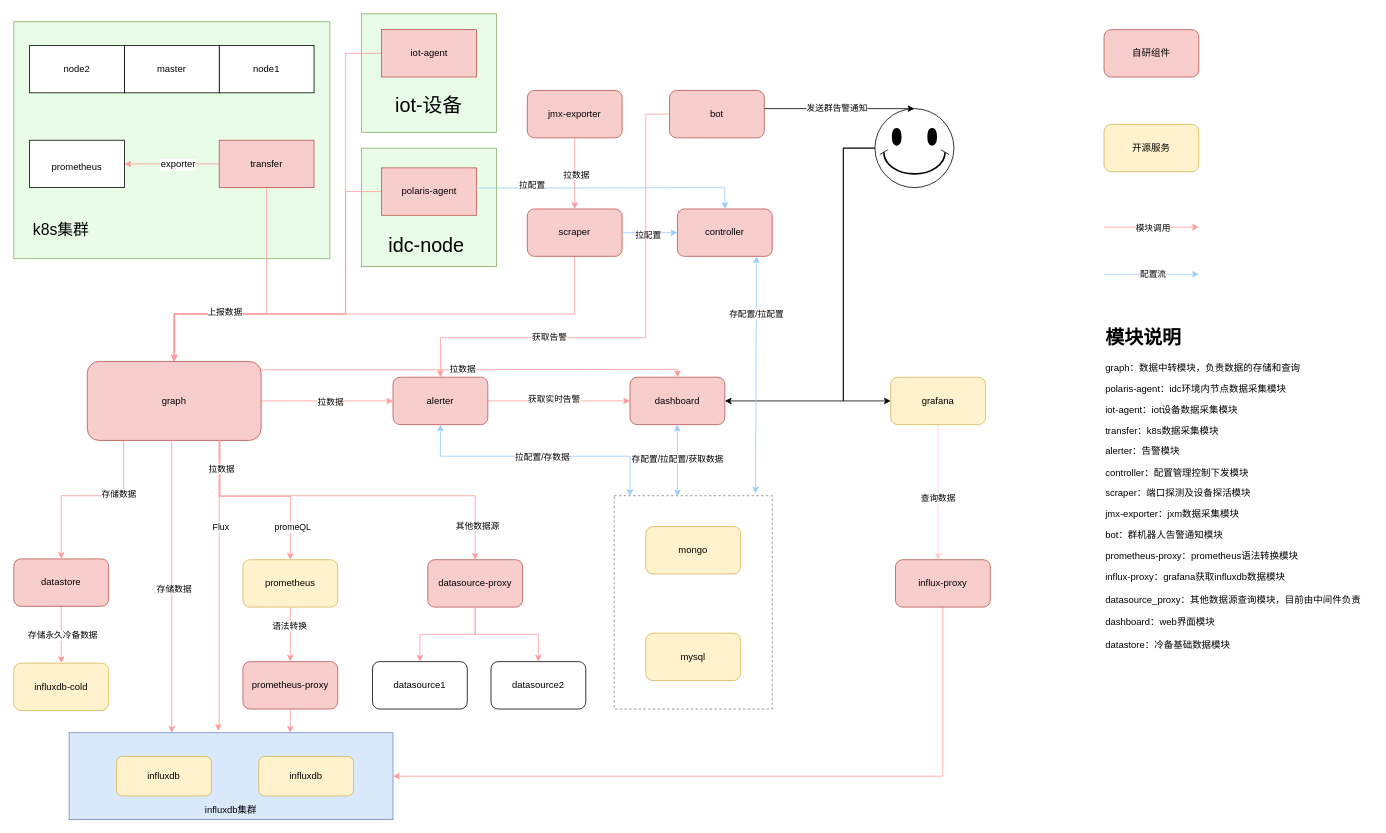
The draw.io diagram polaris框架.drawio in wupei-w/diagrams, before the edit. Source tidied: cells renumbered, new cells numbered last; positions are measured from the earlier drawing's top-left corner, leaving out a move shared by most shapes. Both pictures are drawn from the tidied source at 79%, with x=0, y=0 at pixel (13, 13).
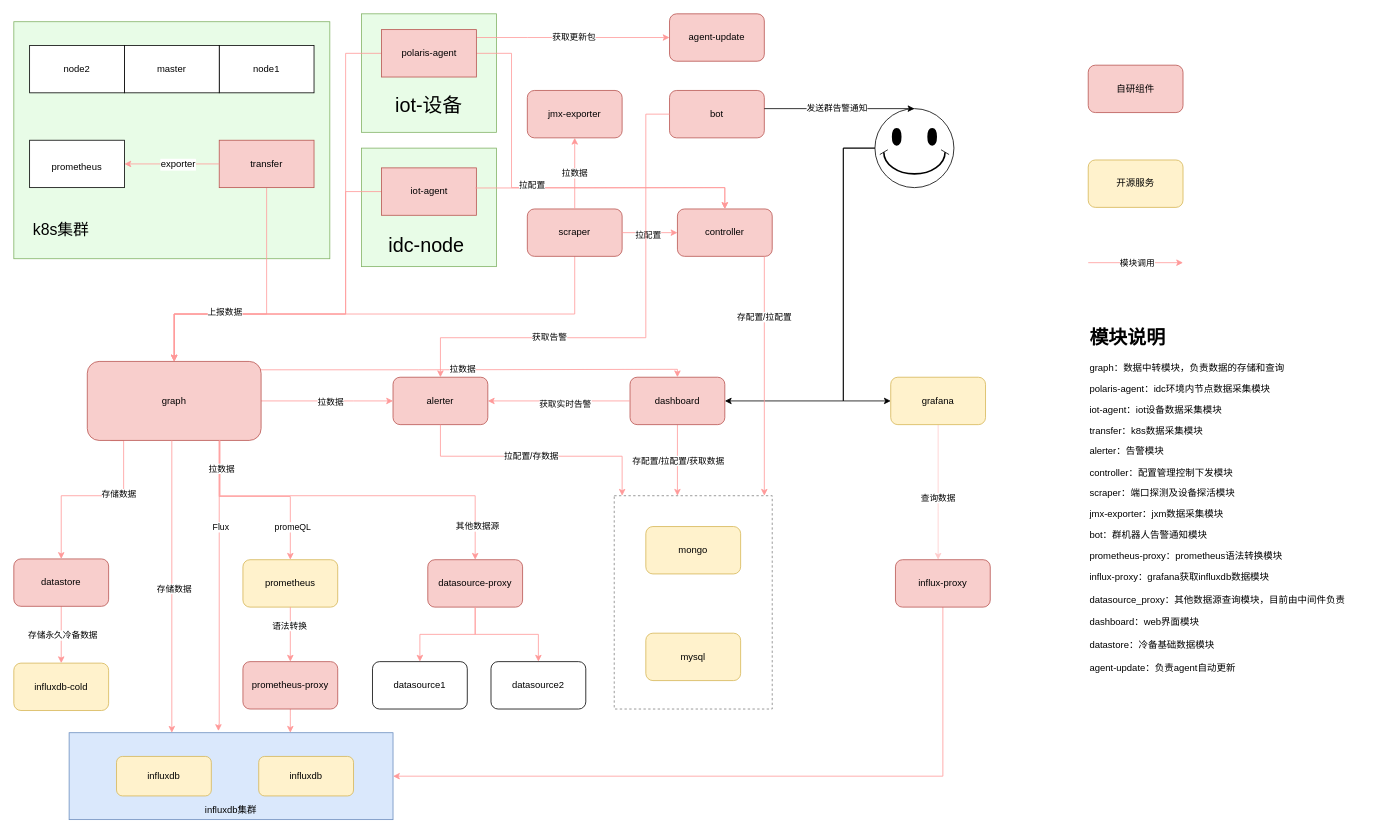
The same page after the edit.

Unchanged cells that the change refers to:
```xml
<mxCell id="3" style="html=1;dashed=1;whiteSpace=wrap;opacity=50;" parent="1" vertex="1">
  <mxGeometry x="760" y="610" width="200" height="270" as="geometry" />
</mxCell>
<mxCell id="11" value="dashboard" style="rounded=1;whiteSpace=wrap;html=1;fillColor=#f8cecc;strokeColor=#b85450;" parent="1" vertex="1">
  <mxGeometry x="780" y="460" width="120" height="60" as="geometry" />
</mxCell>
<mxCell id="41" value="grafana" style="rounded=1;whiteSpace=wrap;html=1;fillColor=#fff2cc;strokeColor=#d6b656;" parent="1" vertex="1">
  <mxGeometry x="1110" y="460" width="120" height="60" as="geometry" />
</mxCell>
<mxCell id="43" value="scraper" style="rounded=1;whiteSpace=wrap;html=1;fillColor=#f8cecc;strokeColor=#b85450;" parent="1" vertex="1">
  <mxGeometry x="650" y="247" width="120" height="60" as="geometry" />
</mxCell>
<mxCell id="46" value="jmx-exporter" style="rounded=1;whiteSpace=wrap;html=1;fillColor=#f8cecc;strokeColor=#b85450;" parent="1" vertex="1">
  <mxGeometry x="650" y="97" width="120" height="60" as="geometry" />
</mxCell>
<mxCell id="62" style="verticalLabelPosition=bottom;verticalAlign=top;html=1;shape=mxgraph.basic.smiley;" parent="1" vertex="1">
  <mxGeometry x="1090" y="120" width="100" height="100" as="geometry" />
</mxCell>
<mxCell id="69" value="controller" style="rounded=1;whiteSpace=wrap;html=1;fillColor=#f8cecc;strokeColor=#b85450;" parent="1" vertex="1">
  <mxGeometry x="840" y="247" width="120" height="60" as="geometry" />
</mxCell>
<mxCell id="88" value="alerter" style="rounded=1;whiteSpace=wrap;html=1;fillColor=#f8cecc;strokeColor=#b85450;" parent="1" vertex="1">
  <mxGeometry x="480" y="460" width="120" height="60" as="geometry" />
</mxCell>
```

What changed in the source:
```diff
@@
+    <mxCell id="98" style="edgeStyle=orthogonalEdgeStyle;rounded=0;jettySize=auto;html=1;strokeColor=#FF9999;" parent="1" edge="1" source="11" target="3">
+      <mxGeometry relative="1" as="geometry">
+        <Array as="points">
+          <mxPoint x="840" y="590" />
+          <mxPoint x="840" y="590" />
+        </Array>
+      </mxGeometry>
+    </mxCell>
+    <mxCell id="92" value="存配置/拉配置/获取数据" style="edgeLabel;html=1;align=center;verticalAlign=middle;" parent="98" vertex="1">
+      <mxGeometry x="-0.01" relative="1" as="geometry" />
+    </mxCell>
@@
-    <mxCell id="14" style="edgeStyle=orthogonalEdgeStyle;rounded=0;jettySize=auto;html=1;entryX=0;entryY=0.5;entryDx=0;entryDy=0;strokeColor=#FF9999;" parent="1" edge="1" source="88" target="11">
+    <mxCell id="14" style="edgeStyle=orthogonalEdgeStyle;rounded=0;jettySize=auto;html=1;strokeColor=#FF9999;exitX=0;exitY=0.5;exitDx=0;exitDy=0;" parent="1" edge="1" source="11" target="88">
       <mxGeometry relative="1" as="geometry" />
     </mxCell>
@@
-    <mxCell id="44" style="edgeStyle=orthogonalEdgeStyle;rounded=0;jettySize=auto;html=1;strokeColor=#FF9999;" parent="1" edge="1" source="46" target="43">
+    <mxCell id="44" style="edgeStyle=orthogonalEdgeStyle;rounded=0;jettySize=auto;html=1;strokeColor=#FF9999;" parent="1" edge="1" source="43" target="46">
       <mxGeometry relative="1" as="geometry" />
     </mxCell>
@@
-    <mxCell id="61" value="polaris-agent" style="rounded=0;whiteSpace=wrap;html=1;fillColor=#f8cecc;strokeColor=#b85450;" parent="1" vertex="1">
+    <mxCell id="61" value="iot-agent" style="rounded=0;whiteSpace=wrap;html=1;fillColor=#f8cecc;strokeColor=#b85450;" parent="1" vertex="1">
       <mxGeometry x="465.5" y="195" width="120" height="60" as="geometry" />
     </mxCell>
@@
+    <mxCell id="99" style="edgeStyle=orthogonalEdgeStyle;rounded=0;jettySize=auto;html=1;exitX=1;exitY=0.5;exitDx=0;exitDy=0;entryX=0.5;entryY=0;entryDx=0;entryDy=0;strokeColor=#FF9999;" parent="1" edge="1" source="66" target="69">
+      <mxGeometry relative="1" as="geometry">
+        <Array as="points">
+          <mxPoint x="630" y="50" />
+          <mxPoint x="630" y="220" />
+          <mxPoint x="900" y="220" />
+        </Array>
+      </mxGeometry>
+    </mxCell>
+    <mxCell id="100" style="edgeStyle=orthogonalEdgeStyle;rounded=0;jettySize=auto;html=1;entryX=0;entryY=0.5;entryDx=0;entryDy=0;strokeColor=#FF9999;" parent="1" edge="1" source="66" target="102">
+      <mxGeometry relative="1" as="geometry">
+        <Array as="points">
+          <mxPoint x="650" y="30" />
+          <mxPoint x="650" y="30" />
+        </Array>
+      </mxGeometry>
+    </mxCell>
+    <mxCell id="101" value="获取更新包" style="edgeLabel;html=1;align=center;verticalAlign=middle;" parent="100" vertex="1">
+      <mxGeometry x="0.01" y="1" relative="1" as="geometry" />
+    </mxCell>
-    <mxCell id="66" value="iot-agent" style="rounded=0;whiteSpace=wrap;html=1;fillColor=#f8cecc;strokeColor=#b85450;" parent="1" vertex="1">
+    <mxCell id="66" value="polaris-agent" style="rounded=0;whiteSpace=wrap;html=1;fillColor=#f8cecc;strokeColor=#b85450;" parent="1" vertex="1">
       <mxGeometry x="465.5" y="20" width="120" height="60" as="geometry" />
     </mxCell>
-    <mxCell id="67" style="edgeStyle=orthogonalEdgeStyle;rounded=0;jettySize=auto;html=1;strokeColor=#99CCFF;" parent="1" edge="1" source="43" target="69">
+    <mxCell id="67" style="edgeStyle=orthogonalEdgeStyle;rounded=0;jettySize=auto;html=1;strokeColor=#FF9999;" parent="1" edge="1" source="43" target="69">
       <mxGeometry relative="1" as="geometry" />
     </mxCell>
@@
     <mxCell id="70" value="自研组件" style="rounded=1;whiteSpace=wrap;html=1;fillColor=#f8cecc;strokeColor=#b85450;" parent="1" vertex="1">
-      <mxGeometry x="1380" y="20" width="120" height="60" as="geometry" />
+      <mxGeometry x="1360" y="65" width="120" height="60" as="geometry" />
     </mxCell>
     <mxCell id="71" value="开源服务" style="rounded=1;whiteSpace=wrap;html=1;fillColor=#fff2cc;strokeColor=#d6b656;" parent="1" vertex="1">
-      <mxGeometry x="1380" y="140" width="120" height="60" as="geometry" />
+      <mxGeometry x="1360" y="185" width="120" height="60" as="geometry" />
     </mxCell>
     <mxCell id="72" style="endArrow=classic;html=1;rounded=0;strokeColor=#FF9999;" parent="1" edge="1">
       <mxGeometry relative="1" as="geometry">
-        <mxPoint x="1380" y="270" as="sourcePoint" />
-        <mxPoint x="1500" y="270" as="targetPoint" />
+        <mxPoint x="1360" y="315" as="sourcePoint" />
+        <mxPoint x="1480" y="315" as="targetPoint" />
       </mxGeometry>
     </mxCell>
@@
-    <mxCell id="74" style="endArrow=classic;html=1;rounded=0;strokeColor=#99CCFF;" parent="1" edge="1">
-      <mxGeometry relative="1" as="geometry">
-        <mxPoint x="1380" y="329.7" as="sourcePoint" />
-        <mxPoint x="1500" y="329.7" as="targetPoint" />
-      </mxGeometry>
-    </mxCell>
-    <mxCell id="75" value="配置流" style="edgeLabel;html=1;align=center;verticalAlign=middle;" parent="74" vertex="1">
-      <mxGeometry x="0.02" relative="1" as="geometry" />
-    </mxCell>
@@
-    <mxCell id="85" value="&lt;h1 style=&quot;margin-top: 0px;&quot;&gt;模块说明&lt;/h1&gt;&lt;p&gt;graph：数据中转模块，负责数据的存储和查询&lt;/p&gt;&lt;p&gt;polaris-agent：idc环境内节点数据采集模块&lt;/p&gt;&lt;p&gt;iot-agent：iot设备数据采集模块&lt;/p&gt;&lt;p&gt;transfer：k8s数据采集模块&lt;br&gt;&lt;/p&gt;&lt;p&gt;alerter：告警模块&lt;/p&gt;&lt;p&gt;controller：配置管理控制下发模块&lt;/p&gt;&lt;p&gt;scraper：端口探测及设备探活模块&lt;/p&gt;&lt;p&gt;jmx-exporter：jxm数据采集模块&lt;/p&gt;&lt;p&gt;&lt;span style=&quot;background-color: initial;&quot;&gt;bot：群机器人告警通知模块&lt;/span&gt;&lt;br&gt;&lt;/p&gt;&lt;p&gt;prometheus-proxy：prometheus语法转换模块&lt;/p&gt;&lt;div&gt;influx-proxy：grafana获取influxdb数据模块&lt;/div&gt;&lt;div&gt;&lt;br&gt;&lt;/div&gt;&lt;div&gt;datasource_proxy：其他数据源查询模块，目前由中间件负责&lt;/div&gt;&lt;div&gt;&lt;br&gt;&lt;/div&gt;&lt;div&gt;dashboard：web界面模块&lt;/div&gt;&lt;div&gt;&lt;br&gt;&lt;/div&gt;&lt;div&gt;datastore：冷备基础数据模块&lt;/div&gt;&lt;div&gt;&lt;br&gt;&lt;/div&gt;&lt;div&gt;&lt;br&gt;&lt;/div&gt;&lt;div&gt;&lt;br&gt;&lt;/div&gt;&lt;p&gt;&lt;br&gt;&lt;/p&gt;&lt;p&gt;&lt;br&gt;&lt;/p&gt;" style="text;html=1;whiteSpace=wrap;overflow=hidden;rounded=0;" parent="1" vertex="1">
-      <mxGeometry x="1380" y="390" width="340" height="480" as="geometry" />
+    <mxCell id="85" value="&lt;h1 style=&quot;margin-top: 0px;&quot;&gt;模块说明&lt;/h1&gt;&lt;p&gt;graph：数据中转模块，负责数据的存储和查询&lt;/p&gt;&lt;p&gt;polaris-agent：idc环境内节点数据采集模块&lt;/p&gt;&lt;p&gt;iot-agent：iot设备数据采集模块&lt;/p&gt;&lt;p&gt;transfer：k8s数据采集模块&lt;br&gt;&lt;/p&gt;&lt;p&gt;alerter：告警模块&lt;/p&gt;&lt;p&gt;controller：配置管理控制下发模块&lt;/p&gt;&lt;p&gt;scraper：端口探测及设备探活模块&lt;/p&gt;&lt;p&gt;jmx-exporter：jxm数据采集模块&lt;/p&gt;&lt;p&gt;&lt;span style=&quot;background-color: initial;&quot;&gt;bot：群机器人告警通知模块&lt;/span&gt;&lt;br&gt;&lt;/p&gt;&lt;p&gt;prometheus-proxy：prometheus语法转换模块&lt;/p&gt;&lt;div&gt;influx-proxy：grafana获取influxdb数据模块&lt;/div&gt;&lt;div&gt;&lt;br&gt;&lt;/div&gt;&lt;div&gt;datasource_proxy：其他数据源查询模块，目前由中间件负责&lt;/div&gt;&lt;div&gt;&lt;br&gt;&lt;/div&gt;&lt;div&gt;dashboard：web界面模块&lt;/div&gt;&lt;div&gt;&lt;br&gt;&lt;/div&gt;&lt;div&gt;datastore：冷备基础数据模块&lt;/div&gt;&lt;div&gt;&lt;br&gt;&lt;/div&gt;&lt;div&gt;agent-update：负责agent自动更新&lt;/div&gt;&lt;div&gt;&lt;br&gt;&lt;/div&gt;&lt;div&gt;&lt;br&gt;&lt;/div&gt;&lt;div&gt;&lt;br&gt;&lt;/div&gt;&lt;p&gt;&lt;br&gt;&lt;/p&gt;&lt;p&gt;&lt;br&gt;&lt;/p&gt;" style="text;html=1;whiteSpace=wrap;overflow=hidden;rounded=0;" parent="1" vertex="1">
+      <mxGeometry x="1360" y="390" width="340" height="480" as="geometry" />
     </mxCell>
@@
-    <mxCell id="89" style="endArrow=classic;startArrow=classic;html=1;rounded=0;exitX=0.5;exitY=1;exitDx=0;exitDy=0;strokeColor=#99CCFF;entryX=0.1;entryY=0.001;entryDx=0;entryDy=0;entryPerimeter=0;" parent="1" edge="1" source="88" target="3">
-      <mxGeometry relative="1" as="geometry">
-        <Array as="points">
-          <mxPoint x="540" y="560" />
-          <mxPoint x="780" y="560" />
-        </Array>
-      </mxGeometry>
-    </mxCell>
-    <mxCell id="90" value="拉配置/存数据" style="edgeLabel;html=1;align=center;verticalAlign=middle;" parent="89" vertex="1">
-      <mxGeometry x="0.02" relative="1" as="geometry" />
-    </mxCell>
-    <mxCell id="91" style="endArrow=classic;startArrow=classic;html=1;rounded=0;exitX=0.4;exitY=0.003;exitDx=0;exitDy=0;exitPerimeter=0;strokeColor=#99CCFF;" parent="1" edge="1" source="3">
-      <mxGeometry relative="1" as="geometry">
-        <mxPoint x="839.8" y="520" as="targetPoint" />
-      </mxGeometry>
-    </mxCell>
-    <mxCell id="92" value="存配置/拉配置/获取数据" style="edgeLabel;html=1;align=center;verticalAlign=middle;" parent="91" vertex="1">
-      <mxGeometry x="0.04" relative="1" as="geometry" />
-    </mxCell>
-    <mxCell id="93" style="edgeStyle=orthogonalEdgeStyle;rounded=0;jettySize=auto;html=1;strokeColor=#99CCFF;exitX=0.987;exitY=0.424;exitDx=0;exitDy=0;exitPerimeter=0;" parent="1" edge="1" source="61" target="69">
+    <mxCell id="93" style="edgeStyle=orthogonalEdgeStyle;rounded=0;jettySize=auto;html=1;strokeColor=#FF9999;exitX=0.987;exitY=0.424;exitDx=0;exitDy=0;exitPerimeter=0;" parent="1" edge="1" source="61" target="69">
       <mxGeometry relative="1" as="geometry">
         <Array as="points">
           <mxPoint x="713" y="220" />
           <mxPoint x="900" y="220" />
         </Array>
       </mxGeometry>
     </mxCell>
@@
-    <mxCell id="95" style="endArrow=classic;startArrow=classic;html=1;rounded=0;exitX=0.895;exitY=-0.011;exitDx=0;exitDy=0;exitPerimeter=0;strokeColor=#99CCFF;" parent="1" edge="1" source="3">
-      <mxGeometry relative="1" as="geometry">
-        <mxPoint x="940" y="307" as="targetPoint" />
-      </mxGeometry>
-    </mxCell>
+    <mxCell id="97" style="edgeStyle=orthogonalEdgeStyle;rounded=0;jettySize=auto;html=1;exitX=0;exitY=0.5;exitDx=0;exitDy=0;exitPerimeter=0;" parent="1" edge="1" source="62" target="41">
+      <mxGeometry relative="1" as="geometry">
+        <Array as="points">
+          <mxPoint x="1050" y="170" />
+          <mxPoint x="1050" y="490" />
+        </Array>
+      </mxGeometry>
+    </mxCell>
+    <mxCell id="102" value="agent-update" style="rounded=1;whiteSpace=wrap;html=1;fillColor=#f8cecc;strokeColor=#b85450;" parent="1" vertex="1">
+      <mxGeometry x="830" width="120" height="60" as="geometry" />
+    </mxCell>
+    <mxCell id="103" style="edgeStyle=orthogonalEdgeStyle;rounded=0;jettySize=auto;html=1;strokeColor=#FF9999;" parent="1" edge="1" source="88">
+      <mxGeometry relative="1" as="geometry">
+        <mxPoint x="770" y="610" as="targetPoint" />
+        <Array as="points">
+          <mxPoint x="540" y="560" />
+          <mxPoint x="770" y="560" />
+          <mxPoint x="770" y="610" />
+        </Array>
+      </mxGeometry>
+    </mxCell>
+    <mxCell id="90" value="拉配置/存数据" style="edgeLabel;html=1;align=center;verticalAlign=middle;" parent="103" vertex="1">
+      <mxGeometry x="-0.04" y="1" relative="1" as="geometry" />
+    </mxCell>
+    <mxCell id="104" style="edgeStyle=orthogonalEdgeStyle;rounded=0;jettySize=auto;html=1;entryX=0.95;entryY=0;entryDx=0;entryDy=0;entryPerimeter=0;strokeColor=#FF9999;" parent="1" edge="1" source="69" target="3">
+      <mxGeometry relative="1" as="geometry">
+        <Array as="points">
+          <mxPoint x="950" y="380" />
+          <mxPoint x="950" y="380" />
+        </Array>
+      </mxGeometry>
+    </mxCell>
-    <mxCell id="96" value="存配置/拉配置" style="edgeLabel;html=1;align=center;verticalAlign=middle;" parent="95" vertex="1">
-      <mxGeometry x="0.52" relative="1" as="geometry" />
+    <mxCell id="96" value="存配置/拉配置" style="edgeLabel;html=1;align=center;verticalAlign=middle;" parent="104" vertex="1">
+      <mxGeometry x="-0.5" y="-1" relative="1" as="geometry" />
     </mxCell>
-    <mxCell id="97" style="edgeStyle=orthogonalEdgeStyle;rounded=0;jettySize=auto;html=1;exitX=0;exitY=0.5;exitDx=0;exitDy=0;exitPerimeter=0;" parent="1" edge="1" source="62" target="41">
-      <mxGeometry relative="1" as="geometry">
-        <Array as="points">
-          <mxPoint x="1050" y="170" />
-          <mxPoint x="1050" y="490" />
-        </Array>
-      </mxGeometry>
-    </mxCell>
```
